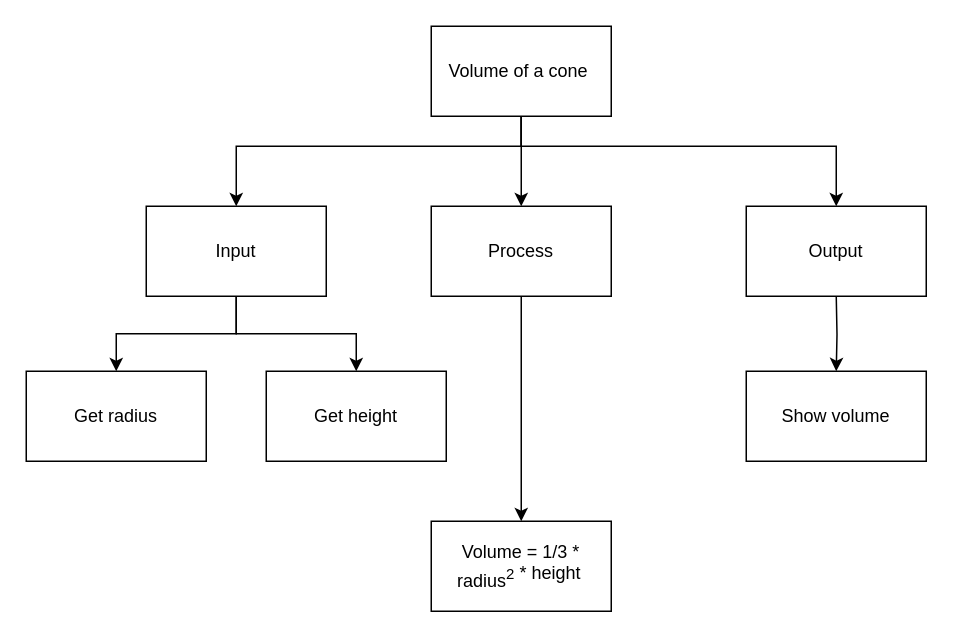
Before: design/top-down.drawio in Johanna-liu16/ICS3U-Assignment-02-python, a draw.io diagram. Source tidied: cells renumbered, new cells numbered last; positions are measured from the earlier drawing's top-left corner, leaving out a move shared by most shapes. Both pictures are drawn from the tidied source at 150%, with x=0, y=0 at pixel (26, 26).
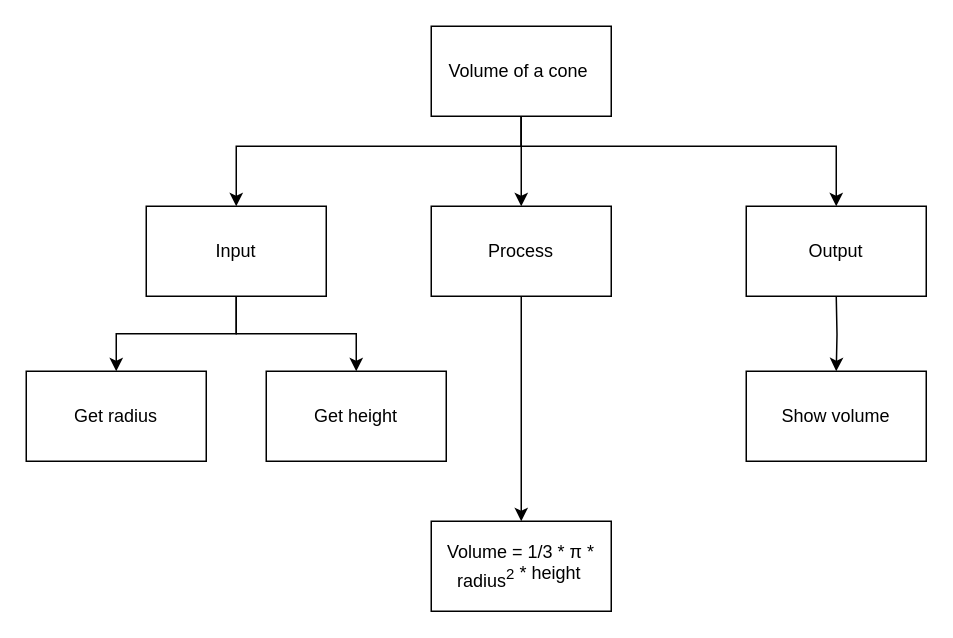
The same page after the edit.

What changed in the source:
```diff
@@
-    <mxCell id="7" value="Volume = 1/3 * radius&lt;sup&gt;2&lt;span style=&quot;font-size: 12px&quot;&gt;&amp;nbsp;* height&lt;/span&gt;&lt;/sup&gt;&lt;span style=&quot;font-size: 8.33333px&quot;&gt;&amp;nbsp;&lt;/span&gt;" style="rounded=0;whiteSpace=wrap;html=1;" parent="1" vertex="1">
+    <mxCell id="7" value="Volume = 1/3 *&amp;nbsp;π * radius&lt;sup&gt;2&lt;span style=&quot;font-size: 12px&quot;&gt;&amp;nbsp;* height&lt;/span&gt;&lt;/sup&gt;&lt;span style=&quot;font-size: 8.33333px&quot;&gt;&amp;nbsp;&lt;/span&gt;" style="rounded=0;whiteSpace=wrap;html=1;" parent="1" vertex="1">
       <mxGeometry x="270" y="330" width="120" height="60" as="geometry" />
     </mxCell>
```
